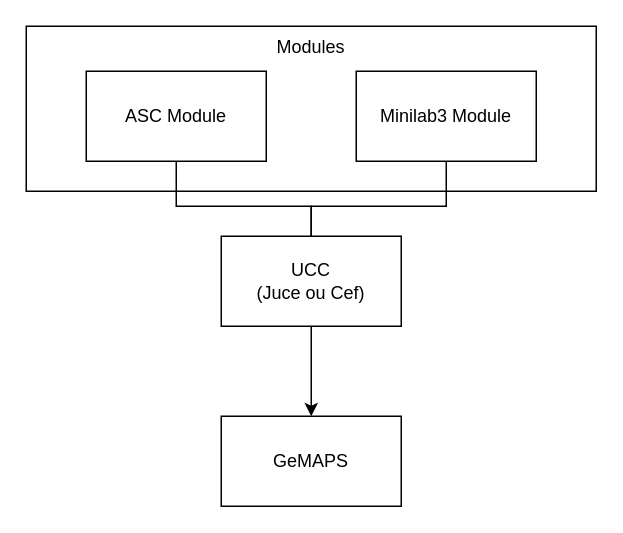
This is drawio/gmaps.drawio from ThomasColin1/rapport_pfe, a draw.io file, before an edit. Source tidied: cells renumbered, new cells numbered last; positions are measured from the earlier drawing's top-left corner, leaving out a move shared by most shapes. Both pictures are drawn from the tidied source at 150%, with x=0, y=0 at pixel (26, 26).
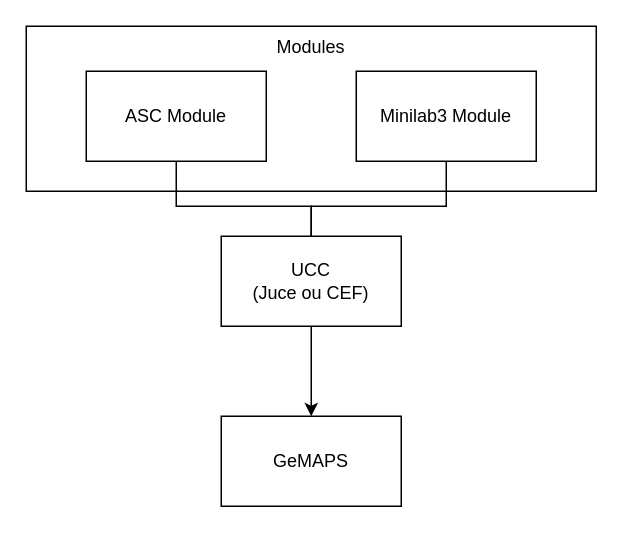
The same diagram, later.

Change to the diagram source:
```diff
@@
 <mxGraphModel>
   <root>
     <mxCell id="0" />
     <mxCell id="1" parent="0" />
     <mxCell id="2" value="Modules" style="whiteSpace=wrap;html=1;verticalAlign=top;" parent="1" vertex="1">
       <mxGeometry width="380" height="110" as="geometry" />
     </mxCell>
     <mxCell id="3" style="edgeStyle=none;html=1;endArrow=none;endFill=0;exitX=0.5;exitY=1;exitDx=0;exitDy=0;rounded=0;" parent="1" edge="1" source="4" target="7">
       <mxGeometry relative="1" as="geometry">
         <Array as="points">
           <mxPoint x="100" y="120" />
           <mxPoint x="150" y="120" />
           <mxPoint x="190" y="120" />
         </Array>
       </mxGeometry>
     </mxCell>
     <mxCell id="4" value="ASC Module" style="whiteSpace=wrap;html=1;" parent="1" vertex="1">
       <mxGeometry x="40" y="30" width="120" height="60" as="geometry" />
     </mxCell>
     <mxCell id="5" value="Minilab3 Module" style="whiteSpace=wrap;html=1;" parent="1" vertex="1">
       <mxGeometry x="220" y="30" width="120" height="60" as="geometry" />
     </mxCell>
     <mxCell id="6" style="edgeStyle=none;html=1;" parent="1" edge="1" source="7" target="8">
       <mxGeometry relative="1" as="geometry" />
     </mxCell>
-    <mxCell id="7" value="UCC&lt;br&gt;(Juce ou Cef)" style="whiteSpace=wrap;html=1;" parent="1" vertex="1">
+    <mxCell id="7" value="UCC&lt;br&gt;(Juce ou CEF)" style="whiteSpace=wrap;html=1;" parent="1" vertex="1">
       <mxGeometry x="130" y="140" width="120" height="60" as="geometry" />
     </mxCell>
     <mxCell id="8" value="GeMAPS&lt;br&gt;" style="whiteSpace=wrap;html=1;" parent="1" vertex="1">
       <mxGeometry x="130" y="260" width="120" height="60" as="geometry" />
     </mxCell>
     <mxCell id="9" style="edgeStyle=none;html=1;endArrow=none;endFill=0;exitX=0.5;exitY=1;exitDx=0;exitDy=0;entryX=0.5;entryY=0;entryDx=0;entryDy=0;rounded=0;" parent="1" edge="1" source="5" target="7">
       <mxGeometry relative="1" as="geometry">
         <Array as="points">
           <mxPoint x="280" y="120" />
           <mxPoint x="230" y="120" />
           <mxPoint x="190" y="120" />
         </Array>
       </mxGeometry>
     </mxCell>
   </root>
 </mxGraphModel>
```
